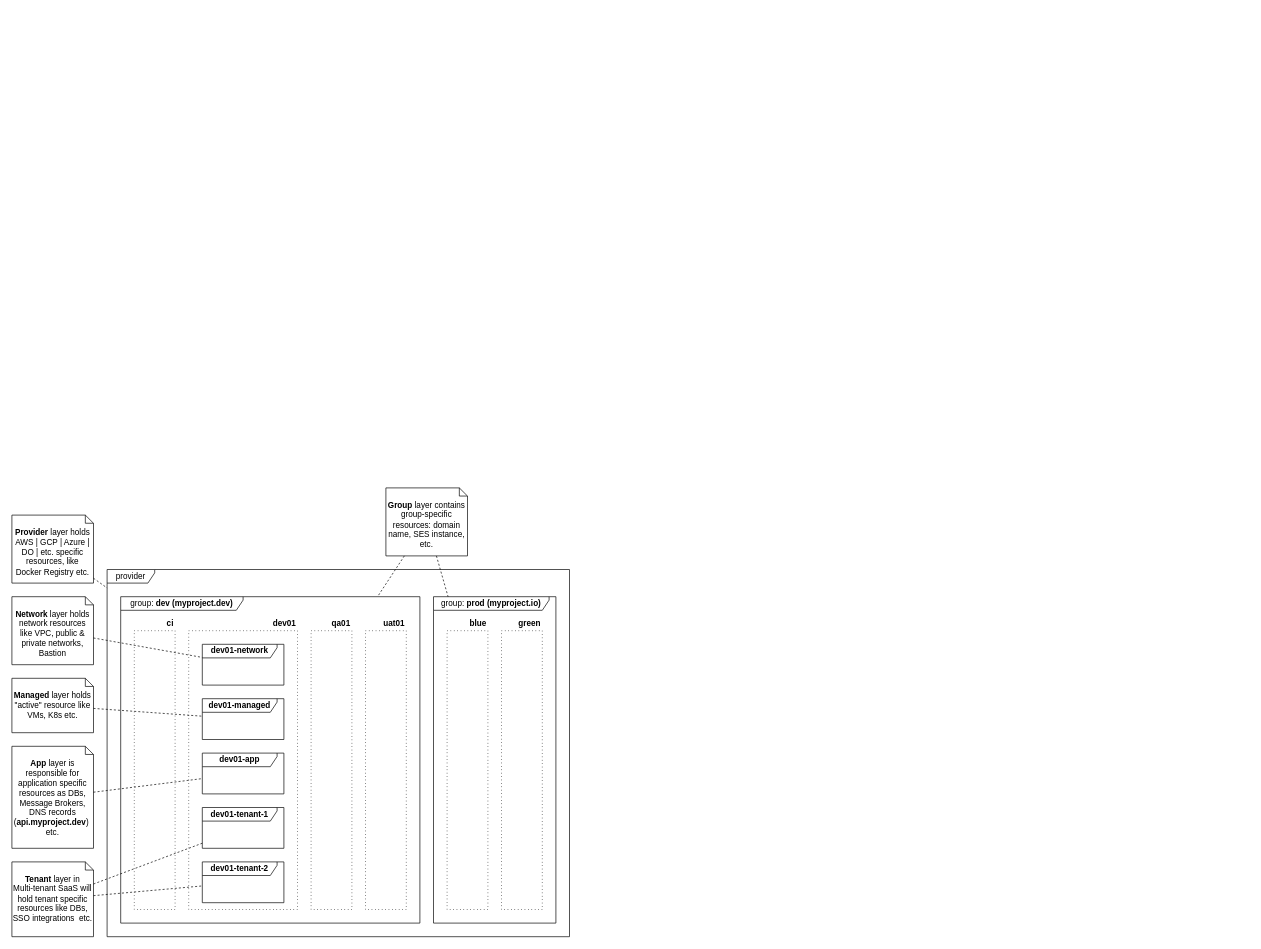
project-talan/tln-clouds keeps this draw.io diagram as layers.drawio. Above is the earlier version. Source tidied: cells renumbered, new cells numbered last; positions are measured from the earlier drawing's top-left corner, leaving out a move shared by most shapes. Both pictures are drawn from the tidied source at 68%, with x=0, y=0 at pixel (12, 488).
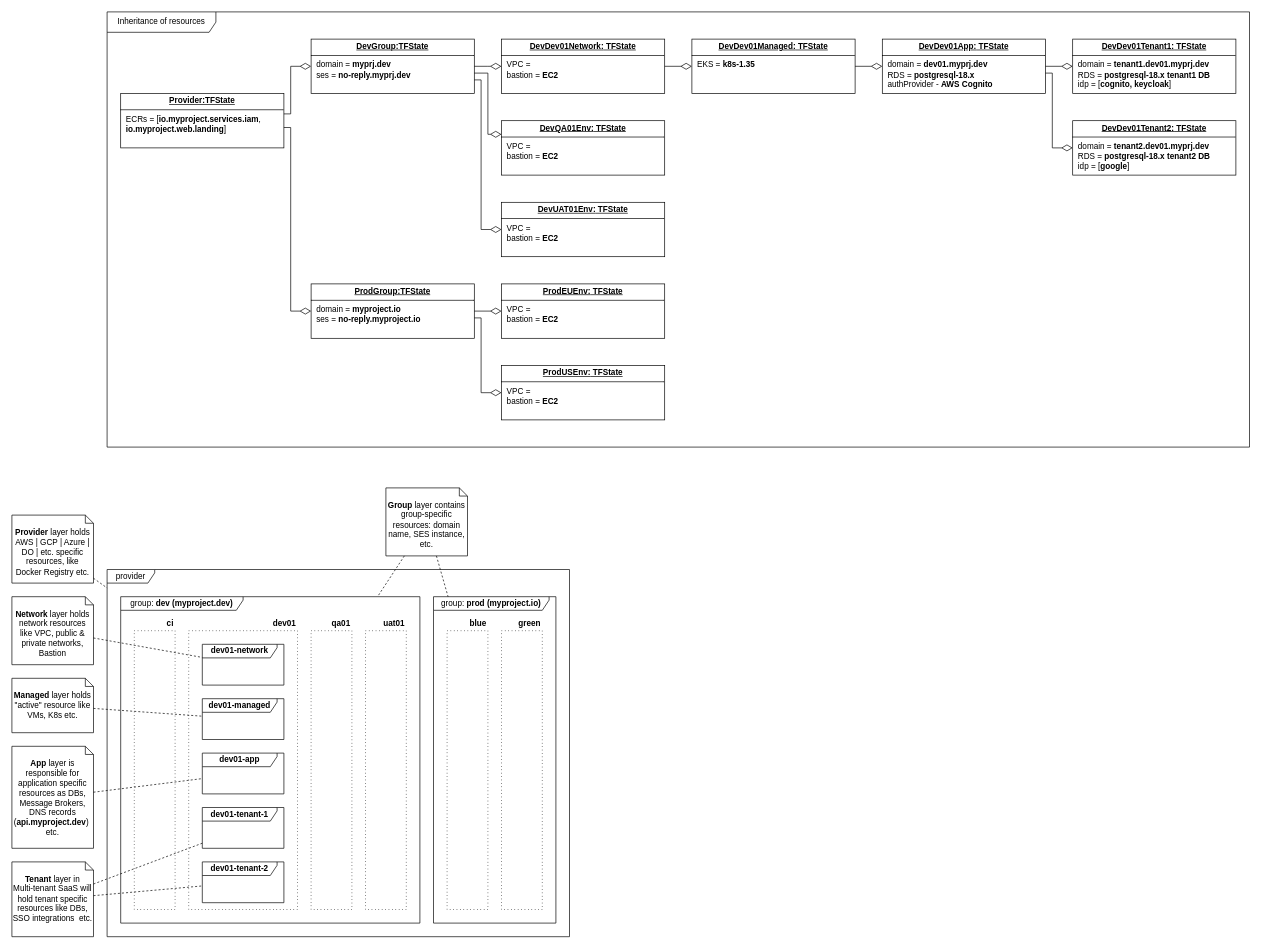
The same page after the edit.

Change to the diagram source:
```diff
@@
+    <mxCell id="36" value="Inheritance of resources" style="shape=umlFrame;whiteSpace=wrap;html=1;width=160;" parent="1" vertex="1">
+      <mxGeometry x="140" y="-700" width="1680" height="640" as="geometry" />
+    </mxCell>
+    <mxCell id="37" value="&lt;p style=&quot;margin:0px;margin-top:4px;text-align:center;text-decoration:underline;&quot;&gt;&lt;b&gt;Provider:TFState&lt;/b&gt;&lt;/p&gt;&lt;hr size=&quot;1&quot; style=&quot;border-style:solid;&quot;&gt;&lt;p style=&quot;margin:0px;margin-left:8px;&quot;&gt;ECRs = [&lt;b&gt;io.myproject.services.iam&lt;/b&gt;, &lt;b&gt;io.myproject.web.landing&lt;/b&gt;]&lt;br&gt;&lt;/p&gt;" style="verticalAlign=top;align=left;overflow=fill;html=1;whiteSpace=wrap;" parent="36" vertex="1">
+      <mxGeometry x="20" y="120" width="240" height="80" as="geometry" />
+    </mxCell>
+    <mxCell id="38" value="&lt;p style=&quot;margin:0px;margin-top:4px;text-align:center;text-decoration:underline;&quot;&gt;&lt;b&gt;DevGroup:TFState&lt;/b&gt;&lt;/p&gt;&lt;hr size=&quot;1&quot; style=&quot;border-style:solid;&quot;&gt;&lt;p style=&quot;margin:0px;margin-left:8px;&quot;&gt;domain = &lt;b&gt;myprj.dev&lt;/b&gt;&lt;br&gt;&lt;/p&gt;&lt;p style=&quot;margin:0px;margin-left:8px;&quot;&gt;ses = &lt;b&gt;no-reply.&lt;span style=&quot;background-color: transparent; color: light-dark(rgb(0, 0, 0), rgb(255, 255, 255));&quot;&gt;myprj.dev&lt;/span&gt;&lt;/b&gt;&lt;/p&gt;" style="verticalAlign=top;align=left;overflow=fill;html=1;whiteSpace=wrap;" parent="36" vertex="1">
+      <mxGeometry x="300" y="40" width="240" height="80" as="geometry" />
+    </mxCell>
+    <mxCell id="39" value="&lt;p style=&quot;margin:0px;margin-top:4px;text-align:center;text-decoration:underline;&quot;&gt;&lt;b&gt;ProdGroup:TFState&lt;/b&gt;&lt;/p&gt;&lt;hr size=&quot;1&quot; style=&quot;border-style:solid;&quot;&gt;&lt;p style=&quot;margin:0px;margin-left:8px;&quot;&gt;domain = &lt;b&gt;myproject.io&lt;/b&gt;&lt;br&gt;&lt;span style=&quot;background-color: transparent; color: light-dark(rgb(0, 0, 0), rgb(255, 255, 255));&quot;&gt;ses = &lt;b&gt;no-reply.&lt;/b&gt;&lt;/span&gt;&lt;b style=&quot;background-color: transparent; color: light-dark(rgb(0, 0, 0), rgb(255, 255, 255));&quot;&gt;myproject.io&lt;/b&gt;&lt;/p&gt;" style="verticalAlign=top;align=left;overflow=fill;html=1;whiteSpace=wrap;" parent="36" vertex="1">
+      <mxGeometry x="300" y="400" width="240" height="80" as="geometry" />
+    </mxCell>
+    <mxCell id="40" style="endArrow=none;html=1;endSize=12;startArrow=diamondThin;startSize=14;startFill=0;edgeStyle=orthogonalEdgeStyle;align=left;verticalAlign=bottom;rounded=0;endFill=0;" parent="36" edge="1" source="38" target="37">
+      <mxGeometry x="-0.5" y="-81" relative="1" as="geometry">
+        <Array as="points">
+          <mxPoint x="270" y="80" />
+          <mxPoint x="270" y="150" />
+        </Array>
+        <mxPoint x="11" y="-40" as="offset" />
+      </mxGeometry>
+    </mxCell>
+    <mxCell id="41" style="endArrow=none;html=1;endSize=12;startArrow=diamondThin;startSize=14;startFill=0;edgeStyle=orthogonalEdgeStyle;align=left;verticalAlign=bottom;rounded=0;endFill=0;" parent="36" edge="1" source="39" target="37">
+      <mxGeometry x="-0.5" y="-81" relative="1" as="geometry">
+        <Array as="points">
+          <mxPoint x="270" y="440" />
+          <mxPoint x="270" y="170" />
+        </Array>
+        <mxPoint x="11" y="-40" as="offset" />
+      </mxGeometry>
+    </mxCell>
+    <mxCell id="42" value="&lt;p style=&quot;margin:0px;margin-top:4px;text-align:center;text-decoration:underline;&quot;&gt;&lt;b&gt;DevDev01Network:&lt;/b&gt;&lt;b style=&quot;background-color: transparent; color: light-dark(rgb(0, 0, 0), rgb(255, 255, 255));&quot;&gt;&amp;nbsp;TFState&lt;/b&gt;&lt;/p&gt;&lt;hr size=&quot;1&quot; style=&quot;border-style:solid;&quot;&gt;&lt;p style=&quot;margin:0px;margin-left:8px;&quot;&gt;&lt;span style=&quot;background-color: transparent; color: light-dark(rgb(0, 0, 0), rgb(255, 255, 255));&quot;&gt;VPC =&amp;nbsp;&lt;/span&gt;&lt;/p&gt;&lt;p style=&quot;margin:0px;margin-left:8px;&quot;&gt;bastion =&amp;nbsp;&lt;b style=&quot;background-color: transparent; color: light-dark(rgb(0, 0, 0), rgb(255, 255, 255)); text-align: center;&quot;&gt;EC2&lt;/b&gt;&lt;/p&gt;" style="verticalAlign=top;align=left;overflow=fill;html=1;whiteSpace=wrap;" parent="36" vertex="1">
+      <mxGeometry x="580" y="40" width="240" height="80" as="geometry" />
+    </mxCell>
+    <mxCell id="43" value="&lt;p style=&quot;margin:0px;margin-top:4px;text-align:center;text-decoration:underline;&quot;&gt;&lt;b&gt;DevQA01Env:&lt;/b&gt;&lt;b style=&quot;background-color: transparent; color: light-dark(rgb(0, 0, 0), rgb(255, 255, 255));&quot;&gt;&amp;nbsp;TFState&lt;/b&gt;&lt;/p&gt;&lt;hr size=&quot;1&quot; style=&quot;border-style:solid;&quot;&gt;&lt;p style=&quot;margin:0px;margin-left:8px;&quot;&gt;&lt;span style=&quot;background-color: transparent; color: light-dark(rgb(0, 0, 0), rgb(255, 255, 255));&quot;&gt;VPC =&amp;nbsp;&lt;/span&gt;&lt;/p&gt;&lt;p style=&quot;margin: 0px 0px 0px 8px;&quot;&gt;bastion =&amp;nbsp;&lt;b style=&quot;background-color: transparent; color: light-dark(rgb(0, 0, 0), rgb(255, 255, 255)); text-align: center;&quot;&gt;EC2&lt;/b&gt;&lt;/p&gt;" style="verticalAlign=top;align=left;overflow=fill;html=1;whiteSpace=wrap;" parent="36" vertex="1">
+      <mxGeometry x="580" y="160" width="240" height="80" as="geometry" />
+    </mxCell>
+    <mxCell id="44" value="&lt;p style=&quot;margin:0px;margin-top:4px;text-align:center;text-decoration:underline;&quot;&gt;&lt;b&gt;DevUAT01Env:&lt;/b&gt;&lt;b style=&quot;background-color: transparent; color: light-dark(rgb(0, 0, 0), rgb(255, 255, 255));&quot;&gt;&amp;nbsp;TFState&lt;/b&gt;&lt;/p&gt;&lt;hr size=&quot;1&quot; style=&quot;border-style:solid;&quot;&gt;&lt;p style=&quot;margin:0px;margin-left:8px;&quot;&gt;&lt;span style=&quot;background-color: transparent; color: light-dark(rgb(0, 0, 0), rgb(255, 255, 255));&quot;&gt;VPC =&amp;nbsp;&lt;/span&gt;&lt;/p&gt;&lt;p style=&quot;margin: 0px 0px 0px 8px;&quot;&gt;bastion =&amp;nbsp;&lt;b style=&quot;background-color: transparent; color: light-dark(rgb(0, 0, 0), rgb(255, 255, 255)); text-align: center;&quot;&gt;EC2&lt;/b&gt;&lt;/p&gt;" style="verticalAlign=top;align=left;overflow=fill;html=1;whiteSpace=wrap;" parent="36" vertex="1">
+      <mxGeometry x="580" y="280" width="240" height="80" as="geometry" />
+    </mxCell>
+    <mxCell id="45" value="&lt;p style=&quot;margin:0px;margin-top:4px;text-align:center;text-decoration:underline;&quot;&gt;&lt;b&gt;DevDev01Managed:&lt;/b&gt;&lt;b style=&quot;background-color: transparent; color: light-dark(rgb(0, 0, 0), rgb(255, 255, 255));&quot;&gt;&amp;nbsp;TFState&lt;/b&gt;&lt;/p&gt;&lt;hr size=&quot;1&quot; style=&quot;border-style:solid;&quot;&gt;&lt;p style=&quot;margin:0px;margin-left:8px;&quot;&gt;EKS = &lt;b&gt;k8s-1.35&lt;/b&gt;&lt;br&gt;&lt;/p&gt;&lt;p style=&quot;margin:0px;margin-left:8px;&quot;&gt;&lt;br&gt;&lt;/p&gt;" style="verticalAlign=top;align=left;overflow=fill;html=1;whiteSpace=wrap;" parent="36" vertex="1">
+      <mxGeometry x="860" y="40" width="240" height="80" as="geometry" />
+    </mxCell>
+    <mxCell id="46" style="endArrow=none;html=1;endSize=12;startArrow=diamondThin;startSize=14;startFill=0;edgeStyle=orthogonalEdgeStyle;align=left;verticalAlign=bottom;rounded=0;endFill=0;" parent="36" edge="1" source="42" target="38">
+      <mxGeometry x="-0.5" y="-81" relative="1" as="geometry">
+        <Array as="points">
+          <mxPoint x="560" y="80" />
+          <mxPoint x="560" y="80" />
+        </Array>
+        <mxPoint x="11" y="-40" as="offset" />
+      </mxGeometry>
+    </mxCell>
+    <mxCell id="47" style="endArrow=none;html=1;endSize=12;startArrow=diamondThin;startSize=14;startFill=0;edgeStyle=orthogonalEdgeStyle;align=left;verticalAlign=bottom;rounded=0;endFill=0;" parent="36" edge="1" source="43" target="38">
+      <mxGeometry x="-0.5" y="-81" relative="1" as="geometry">
+        <Array as="points">
+          <mxPoint x="560" y="180" />
+          <mxPoint x="560" y="90" />
+        </Array>
+        <mxPoint x="11" y="-40" as="offset" />
+      </mxGeometry>
+    </mxCell>
+    <mxCell id="48" style="endArrow=none;html=1;endSize=12;startArrow=diamondThin;startSize=14;startFill=0;edgeStyle=orthogonalEdgeStyle;align=left;verticalAlign=bottom;rounded=0;endFill=0;" parent="36" edge="1" source="44" target="38">
+      <mxGeometry x="-0.5" y="-81" relative="1" as="geometry">
+        <Array as="points">
+          <mxPoint x="550" y="320" />
+          <mxPoint x="550" y="100" />
+        </Array>
+        <mxPoint x="11" y="-40" as="offset" />
+      </mxGeometry>
+    </mxCell>
+    <mxCell id="49" value="&lt;p style=&quot;margin:0px;margin-top:4px;text-align:center;text-decoration:underline;&quot;&gt;&lt;b&gt;ProdEUEnv:&lt;/b&gt;&lt;b style=&quot;background-color: transparent; color: light-dark(rgb(0, 0, 0), rgb(255, 255, 255));&quot;&gt;&amp;nbsp;TFState&lt;/b&gt;&lt;/p&gt;&lt;hr size=&quot;1&quot; style=&quot;border-style:solid;&quot;&gt;&lt;p style=&quot;margin:0px;margin-left:8px;&quot;&gt;&lt;span style=&quot;background-color: transparent; color: light-dark(rgb(0, 0, 0), rgb(255, 255, 255));&quot;&gt;VPC =&amp;nbsp;&lt;/span&gt;&lt;/p&gt;&lt;p style=&quot;margin: 0px 0px 0px 8px;&quot;&gt;bastion =&amp;nbsp;&lt;b style=&quot;background-color: transparent; color: light-dark(rgb(0, 0, 0), rgb(255, 255, 255)); text-align: center;&quot;&gt;EC2&lt;/b&gt;&lt;/p&gt;" style="verticalAlign=top;align=left;overflow=fill;html=1;whiteSpace=wrap;" parent="36" vertex="1">
+      <mxGeometry x="580" y="400" width="240" height="80" as="geometry" />
+    </mxCell>
+    <mxCell id="50" value="&lt;p style=&quot;margin:0px;margin-top:4px;text-align:center;text-decoration:underline;&quot;&gt;&lt;b&gt;ProdUSEnv:&lt;/b&gt;&lt;b style=&quot;background-color: transparent; color: light-dark(rgb(0, 0, 0), rgb(255, 255, 255));&quot;&gt;&amp;nbsp;TFState&lt;/b&gt;&lt;/p&gt;&lt;hr size=&quot;1&quot; style=&quot;border-style:solid;&quot;&gt;&lt;p style=&quot;margin:0px;margin-left:8px;&quot;&gt;&lt;span style=&quot;background-color: transparent; color: light-dark(rgb(0, 0, 0), rgb(255, 255, 255));&quot;&gt;VPC =&amp;nbsp;&lt;/span&gt;&lt;/p&gt;&lt;p style=&quot;margin: 0px 0px 0px 8px;&quot;&gt;bastion =&amp;nbsp;&lt;b style=&quot;background-color: transparent; color: light-dark(rgb(0, 0, 0), rgb(255, 255, 255)); text-align: center;&quot;&gt;EC2&lt;/b&gt;&lt;/p&gt;" style="verticalAlign=top;align=left;overflow=fill;html=1;whiteSpace=wrap;" parent="36" vertex="1">
+      <mxGeometry x="580" y="520" width="240" height="80" as="geometry" />
+    </mxCell>
+    <mxCell id="51" value="&lt;p style=&quot;margin:0px;margin-top:4px;text-align:center;text-decoration:underline;&quot;&gt;&lt;b&gt;DevDev01App:&lt;/b&gt;&lt;b style=&quot;background-color: transparent; color: light-dark(rgb(0, 0, 0), rgb(255, 255, 255));&quot;&gt;&amp;nbsp;TFState&lt;/b&gt;&lt;/p&gt;&lt;hr size=&quot;1&quot; style=&quot;border-style:solid;&quot;&gt;&lt;p style=&quot;margin:0px;margin-left:8px;&quot;&gt;domain =&amp;nbsp;&lt;b&gt;dev01.myprj.dev&lt;/b&gt;&lt;/p&gt;&lt;p style=&quot;margin:0px;margin-left:8px;&quot;&gt;RDS = &lt;b&gt;postgresql-18.x&lt;/b&gt;&lt;br&gt;&lt;/p&gt;&lt;p style=&quot;margin:0px;margin-left:8px;&quot;&gt;authProvider - &lt;b&gt;AWS Cognito&lt;/b&gt;&lt;/p&gt;" style="verticalAlign=top;align=left;overflow=fill;html=1;whiteSpace=wrap;" parent="36" vertex="1">
+      <mxGeometry x="1140" y="40" width="240" height="80" as="geometry" />
+    </mxCell>
+    <mxCell id="52" style="endArrow=none;html=1;endSize=12;startArrow=diamondThin;startSize=14;startFill=0;edgeStyle=orthogonalEdgeStyle;align=left;verticalAlign=bottom;rounded=0;endFill=0;" parent="36" edge="1" source="49" target="39">
+      <mxGeometry x="-0.5" y="-81" relative="1" as="geometry">
+        <Array as="points">
+          <mxPoint x="630" y="430" />
+          <mxPoint x="630" y="430" />
+        </Array>
+        <mxPoint x="11" y="-40" as="offset" />
+      </mxGeometry>
+    </mxCell>
+    <mxCell id="53" style="endArrow=none;html=1;endSize=12;startArrow=diamondThin;startSize=14;startFill=0;edgeStyle=orthogonalEdgeStyle;align=left;verticalAlign=bottom;rounded=0;endFill=0;" parent="36" edge="1" source="50" target="39">
+      <mxGeometry x="-0.5" y="-81" relative="1" as="geometry">
+        <Array as="points">
+          <mxPoint x="550" y="560" />
+          <mxPoint x="550" y="450" />
+        </Array>
+        <mxPoint x="11" y="-40" as="offset" />
+      </mxGeometry>
+    </mxCell>
+    <mxCell id="54" style="endArrow=none;html=1;endSize=12;startArrow=diamondThin;startSize=14;startFill=0;edgeStyle=orthogonalEdgeStyle;align=left;verticalAlign=bottom;rounded=0;endFill=0;" parent="36" edge="1" source="45" target="42">
+      <mxGeometry x="-0.5" y="-81" relative="1" as="geometry">
+        <Array as="points">
+          <mxPoint x="940" y="70" />
+          <mxPoint x="940" y="70" />
+        </Array>
+        <mxPoint x="11" y="-40" as="offset" />
+      </mxGeometry>
+    </mxCell>
+    <mxCell id="55" style="endArrow=none;html=1;endSize=12;startArrow=diamondThin;startSize=14;startFill=0;edgeStyle=orthogonalEdgeStyle;align=left;verticalAlign=bottom;rounded=0;endFill=0;" parent="36" edge="1" source="51" target="45">
+      <mxGeometry x="-0.5" y="-81" relative="1" as="geometry">
+        <Array as="points">
+          <mxPoint x="1260" y="70" />
+          <mxPoint x="1260" y="70" />
+        </Array>
+        <mxPoint x="11" y="-40" as="offset" />
+      </mxGeometry>
+    </mxCell>
+    <mxCell id="56" value="&lt;p style=&quot;margin:0px;margin-top:4px;text-align:center;text-decoration:underline;&quot;&gt;&lt;b&gt;DevDev01Tenant1:&lt;/b&gt;&lt;b style=&quot;background-color: transparent; color: light-dark(rgb(0, 0, 0), rgb(255, 255, 255));&quot;&gt;&amp;nbsp;TFState&lt;/b&gt;&lt;/p&gt;&lt;hr size=&quot;1&quot; style=&quot;border-style:solid;&quot;&gt;&lt;p style=&quot;margin:0px;margin-left:8px;&quot;&gt;domain = &lt;b&gt;tenant1.dev01.myprj.dev&lt;/b&gt;&lt;/p&gt;&lt;p style=&quot;margin:0px;margin-left:8px;&quot;&gt;RDS = &lt;b&gt;postgresql-18.x tenant1 DB&lt;/b&gt;&lt;br&gt;&lt;/p&gt;&lt;p style=&quot;margin:0px;margin-left:8px;&quot;&gt;idp = [&lt;b&gt;cognito, keycloak&lt;/b&gt;]&lt;/p&gt;" style="verticalAlign=top;align=left;overflow=fill;html=1;whiteSpace=wrap;" parent="36" vertex="1">
+      <mxGeometry x="1420" y="40" width="240" height="80" as="geometry" />
+    </mxCell>
+    <mxCell id="57" value="&lt;p style=&quot;margin:0px;margin-top:4px;text-align:center;text-decoration:underline;&quot;&gt;&lt;b&gt;DevDev01Tenant2:&lt;/b&gt;&lt;b style=&quot;background-color: transparent; color: light-dark(rgb(0, 0, 0), rgb(255, 255, 255));&quot;&gt;&amp;nbsp;TFState&lt;/b&gt;&lt;/p&gt;&lt;hr size=&quot;1&quot; style=&quot;border-style:solid;&quot;&gt;&lt;p style=&quot;margin:0px;margin-left:8px;&quot;&gt;domain = &lt;b&gt;tenant2.dev01.myprj.dev&lt;/b&gt;&lt;/p&gt;&lt;p style=&quot;margin:0px;margin-left:8px;&quot;&gt;RDS = &lt;b&gt;postgresql-18.x tenant2 DB&lt;/b&gt;&lt;br&gt;&lt;/p&gt;&lt;p style=&quot;margin:0px;margin-left:8px;&quot;&gt;idp = [&lt;b&gt;google&lt;/b&gt;]&lt;/p&gt;" style="verticalAlign=top;align=left;overflow=fill;html=1;whiteSpace=wrap;" parent="36" vertex="1">
+      <mxGeometry x="1420" y="160" width="240" height="80" as="geometry" />
+    </mxCell>
+    <mxCell id="58" style="endArrow=none;html=1;endSize=12;startArrow=diamondThin;startSize=14;startFill=0;edgeStyle=orthogonalEdgeStyle;align=left;verticalAlign=bottom;rounded=0;endFill=0;" parent="36" edge="1" source="56" target="51">
+      <mxGeometry x="-0.5" y="-81" relative="1" as="geometry">
+        <Array as="points">
+          <mxPoint x="1580" y="70" />
+          <mxPoint x="1580" y="70" />
+        </Array>
+        <mxPoint x="11" y="-40" as="offset" />
+      </mxGeometry>
+    </mxCell>
+    <mxCell id="59" style="endArrow=none;html=1;endSize=12;startArrow=diamondThin;startSize=14;startFill=0;edgeStyle=orthogonalEdgeStyle;align=left;verticalAlign=bottom;rounded=0;endFill=0;" parent="36" edge="1" source="57" target="51">
+      <mxGeometry x="-0.5" y="-81" relative="1" as="geometry">
+        <Array as="points">
+          <mxPoint x="1390" y="200" />
+          <mxPoint x="1390" y="90" />
+        </Array>
+        <mxPoint x="11" y="-40" as="offset" />
+      </mxGeometry>
+    </mxCell>
```
